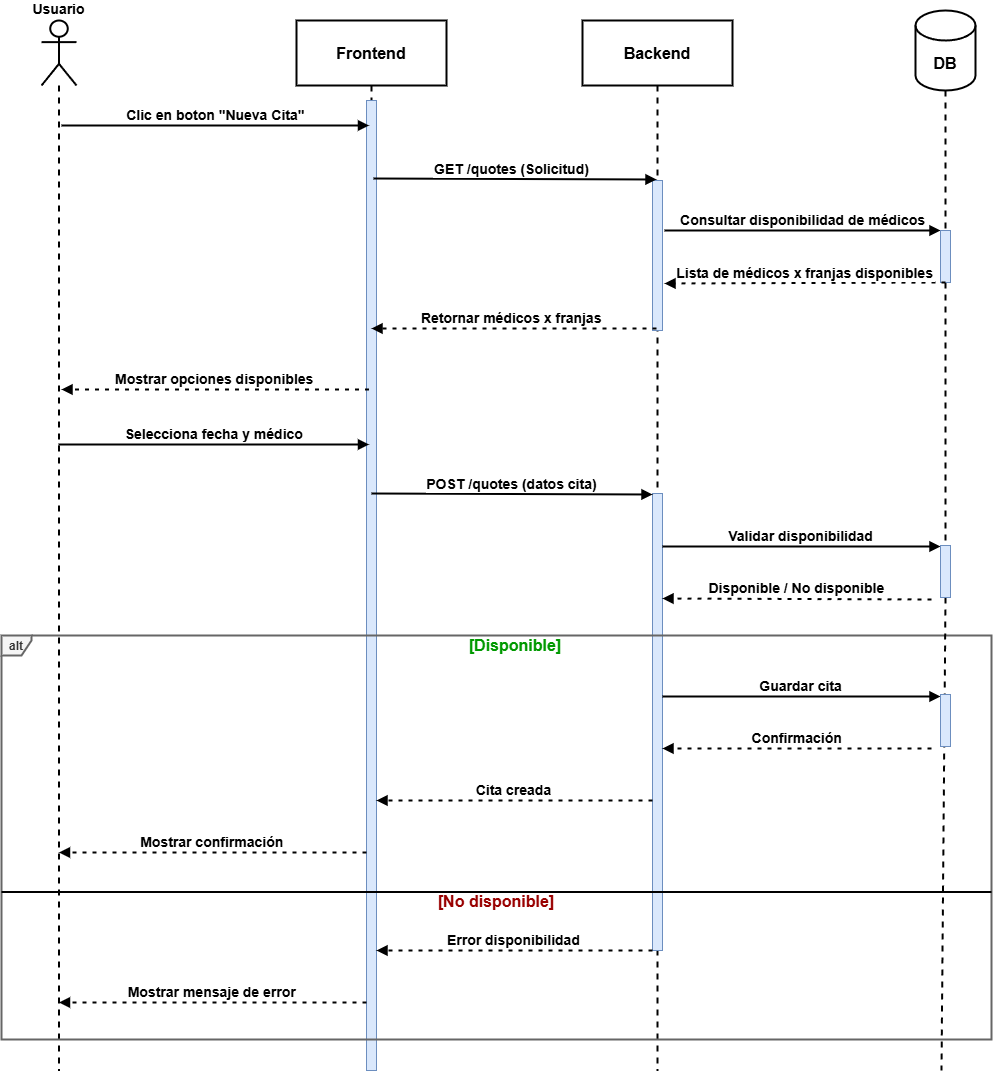
Informatica-EPS/SalUD keeps this draw.io diagram as arquitecturas/cliente-servidor/docs/diagramas/Secuencia_agendar_cita.png. Above is the earlier version. Source tidied: cells renumbered, new cells last; positions are measured from the earlier drawing's top-left corner, leaving out a move shared by most shapes. Its diagram source:
```xml
<mxGraphModel>
  <root>
    <mxCell id="0" />
    <mxCell id="1" parent="0" />
    <mxCell id="2" value="Usuario" style="shape=umlLifeline;perimeter=lifelinePerimeter;whiteSpace=wrap;outlineConnect=0;portConstraint=eastwest;newEdgeStyle={&quot;edgeStyle&quot;:&quot;elbowEdgeStyle&quot;,&quot;elbow&quot;:&quot;vertical&quot;,&quot;curved&quot;:0,&quot;rounded&quot;:0};participant=umlActor;verticalAlign=bottom;labelPosition=center;verticalLabelPosition=top;align=center;size=65;strokeWidth=2;fontSize=14;fontStyle=1;" parent="1" vertex="1">
      <mxGeometry x="40" y="10" width="35" height="1050" as="geometry" />
    </mxCell>
    <mxCell id="3" value="Frontend" style="shape=umlLifeline;perimeter=lifelinePerimeter;whiteSpace=wrap;newEdgeStyle={&quot;edgeStyle&quot;:&quot;elbowEdgeStyle&quot;,&quot;elbow&quot;:&quot;vertical&quot;,&quot;curved&quot;:0,&quot;rounded&quot;:0};size=65;strokeWidth=2;fontSize=16;fontStyle=1;" parent="1" vertex="1">
      <mxGeometry x="295" y="10" width="150" height="1050" as="geometry" />
    </mxCell>
    <mxCell id="4" style="perimeter=orthogonalPerimeter;targetShapes=umlLifeline;newEdgeStyle={&quot;edgeStyle&quot;:&quot;elbowEdgeStyle&quot;,&quot;elbow&quot;:&quot;vertical&quot;,&quot;curved&quot;:0,&quot;rounded&quot;:0};fillColor=#dae8fc;strokeColor=#6c8ebf;fontStyle=1;" parent="3" vertex="1">
      <mxGeometry x="70" y="80" width="10" height="970" as="geometry" />
    </mxCell>
    <mxCell id="5" value="Backend" style="shape=umlLifeline;perimeter=lifelinePerimeter;whiteSpace=wrap;outlineConnect=0;portConstraint=eastwest;newEdgeStyle={&quot;edgeStyle&quot;:&quot;elbowEdgeStyle&quot;,&quot;elbow&quot;:&quot;vertical&quot;,&quot;curved&quot;:0,&quot;rounded&quot;:0};size=65;strokeWidth=2;fontSize=16;fontStyle=1;" parent="1" vertex="1">
      <mxGeometry x="581" y="10" width="150" height="1050" as="geometry" />
    </mxCell>
    <mxCell id="6" style="perimeter=orthogonalPerimeter;targetShapes=umlLifeline;newEdgeStyle={&quot;edgeStyle&quot;:&quot;elbowEdgeStyle&quot;,&quot;elbow&quot;:&quot;vertical&quot;,&quot;curved&quot;:0,&quot;rounded&quot;:0};fillColor=#dae8fc;strokeColor=#6c8ebf;fontStyle=1;" parent="5" vertex="1">
      <mxGeometry x="70" y="160" width="10" height="150" as="geometry" />
    </mxCell>
    <mxCell id="7" style="perimeter=orthogonalPerimeter;targetShapes=umlLifeline;newEdgeStyle={&quot;edgeStyle&quot;:&quot;elbowEdgeStyle&quot;,&quot;elbow&quot;:&quot;vertical&quot;,&quot;curved&quot;:0,&quot;rounded&quot;:0};fillColor=#dae8fc;strokeColor=#6c8ebf;fontStyle=1;" parent="5" vertex="1">
      <mxGeometry x="70" y="473" width="10" height="457" as="geometry" />
    </mxCell>
    <mxCell id="8" value="alt" style="shape=umlFrame;strokeColor=#666666;height=20;width=30;strokeWidth=2;fillColor=#f5f5f5;fontColor=#333333;fontStyle=1;" parent="1" vertex="1">
      <mxGeometry y="625" width="990" height="404" as="geometry" />
    </mxCell>
    <mxCell id="9" value="[Disponible]" style="text;strokeColor=none;fillColor=none;align=center;verticalAlign=middle;whiteSpace=wrap;fontColor=#009900;fontStyle=1;fontSize=16;" parent="8" vertex="1">
      <mxGeometry x="38.4" width="951.6" height="20" as="geometry" />
    </mxCell>
    <mxCell id="10" value="[No disponible]" style="shape=line;whiteSpace=wrap;verticalAlign=top;labelPosition=center;verticalLabelPosition=middle;align=center;strokeColor=#000000;strokeWidth=2;fontSize=16;fontColor=#990000;fontStyle=1;" parent="8" vertex="1">
      <mxGeometry y="250" width="990" height="13" as="geometry" />
    </mxCell>
    <mxCell id="11" value="Selecciona fecha y médico" style="verticalAlign=bottom;edgeStyle=elbowEdgeStyle;elbow=vertical;curved=0;rounded=0;endArrow=block;strokeWidth=2;fontSize=14;fontStyle=1;" parent="1" edge="1" source="2">
      <mxGeometry relative="1" as="geometry">
        <mxPoint x="367.5" y="434" as="targetPoint" />
        <Array as="points">
          <mxPoint x="292.5" y="434" />
        </Array>
      </mxGeometry>
    </mxCell>
    <mxCell id="12" value="POST /quotes (datos cita)" style="verticalAlign=bottom;edgeStyle=elbowEdgeStyle;elbow=vertical;curved=0;rounded=0;endArrow=block;strokeWidth=2;fontSize=14;fontStyle=1;" parent="1" edge="1">
      <mxGeometry relative="1" as="geometry">
        <mxPoint x="370" y="483" as="sourcePoint" />
        <mxPoint x="651" y="484" as="targetPoint" />
        <Array as="points">
          <mxPoint x="497" y="484" />
        </Array>
      </mxGeometry>
    </mxCell>
    <mxCell id="13" value="Validar disponibilidad" style="verticalAlign=bottom;edgeStyle=elbowEdgeStyle;elbow=vertical;curved=0;rounded=0;endArrow=block;strokeWidth=2;fontSize=14;fontStyle=1;" parent="1" edge="1" target="24">
      <mxGeometry relative="1" as="geometry">
        <mxPoint x="661" y="536" as="sourcePoint" />
        <Array as="points">
          <mxPoint x="796" y="536" />
        </Array>
      </mxGeometry>
    </mxCell>
    <mxCell id="14" value="Disponible / No disponible" style="verticalAlign=bottom;edgeStyle=elbowEdgeStyle;elbow=vertical;curved=0;rounded=0;dashed=1;dashPattern=2 3;endArrow=block;strokeWidth=2;fontSize=14;fontStyle=1;" parent="1" edge="1">
      <mxGeometry relative="1" as="geometry">
        <mxPoint x="930" y="589" as="sourcePoint" />
        <mxPoint x="661" y="588" as="targetPoint" />
        <Array as="points">
          <mxPoint x="797" y="588" />
        </Array>
      </mxGeometry>
    </mxCell>
    <mxCell id="15" value="Guardar cita" style="verticalAlign=bottom;edgeStyle=elbowEdgeStyle;elbow=vertical;curved=0;rounded=0;endArrow=block;strokeWidth=2;fontSize=14;fontStyle=1;" parent="1" edge="1" target="25">
      <mxGeometry relative="1" as="geometry">
        <mxPoint x="661" y="686" as="sourcePoint" />
        <Array as="points">
          <mxPoint x="796" y="686" />
        </Array>
      </mxGeometry>
    </mxCell>
    <mxCell id="16" value="Confirmación" style="verticalAlign=bottom;edgeStyle=elbowEdgeStyle;elbow=vertical;curved=0;rounded=0;dashed=1;dashPattern=2 3;endArrow=block;strokeWidth=2;fontSize=14;fontStyle=1;" parent="1" edge="1">
      <mxGeometry relative="1" as="geometry">
        <mxPoint x="930" y="738" as="sourcePoint" />
        <mxPoint x="661" y="738" as="targetPoint" />
        <Array as="points">
          <mxPoint x="797" y="738" />
        </Array>
      </mxGeometry>
    </mxCell>
    <mxCell id="17" value="Cita creada" style="verticalAlign=bottom;edgeStyle=elbowEdgeStyle;elbow=vertical;curved=0;rounded=0;dashed=1;dashPattern=2 3;endArrow=block;strokeWidth=2;fontSize=14;fontStyle=1;" parent="1" edge="1">
      <mxGeometry relative="1" as="geometry">
        <mxPoint x="651" y="790" as="sourcePoint" />
        <mxPoint x="375" y="790" as="targetPoint" />
        <Array as="points">
          <mxPoint x="496" y="790" />
        </Array>
      </mxGeometry>
    </mxCell>
    <mxCell id="18" value="Mostrar confirmación" style="verticalAlign=bottom;edgeStyle=elbowEdgeStyle;elbow=vertical;curved=0;rounded=0;dashed=1;dashPattern=2 3;endArrow=block;strokeWidth=2;fontSize=14;fontStyle=1;" parent="1" edge="1">
      <mxGeometry relative="1" as="geometry">
        <mxPoint x="365" y="842" as="sourcePoint" />
        <mxPoint x="57.5" y="842" as="targetPoint" />
        <Array as="points">
          <mxPoint x="252" y="842" />
        </Array>
      </mxGeometry>
    </mxCell>
    <mxCell id="19" value="Error disponibilidad" style="verticalAlign=bottom;edgeStyle=elbowEdgeStyle;elbow=vertical;curved=0;rounded=0;dashed=1;dashPattern=2 3;endArrow=block;strokeWidth=2;fontSize=14;fontStyle=1;" parent="1" edge="1">
      <mxGeometry relative="1" as="geometry">
        <mxPoint x="651" y="940" as="sourcePoint" />
        <mxPoint x="375" y="940" as="targetPoint" />
        <Array as="points">
          <mxPoint x="496" y="940" />
        </Array>
      </mxGeometry>
    </mxCell>
    <mxCell id="20" value="Mostrar mensaje de error" style="verticalAlign=bottom;edgeStyle=elbowEdgeStyle;elbow=vertical;curved=0;rounded=0;dashed=1;dashPattern=2 3;endArrow=block;strokeWidth=2;fontSize=14;fontStyle=1;" parent="1" edge="1">
      <mxGeometry relative="1" as="geometry">
        <mxPoint x="365" y="992" as="sourcePoint" />
        <mxPoint x="57.5" y="992" as="targetPoint" />
        <Array as="points">
          <mxPoint x="252" y="992" />
        </Array>
      </mxGeometry>
    </mxCell>
    <mxCell id="21" style="rounded=0;jettySize=auto;html=1;exitX=0.5;exitY=1;exitDx=0;exitDy=0;exitPerimeter=0;dashed=1;endArrow=none;endFill=0;strokeWidth=2;fontStyle=1;" parent="1" edge="1" source="24">
      <mxGeometry relative="1" as="geometry">
        <mxPoint x="940" y="1060" as="targetPoint" />
      </mxGeometry>
    </mxCell>
    <mxCell id="22" value="DB" style="shape=cylinder3;whiteSpace=wrap;html=1;boundedLbl=1;backgroundOutline=1;size=15;strokeWidth=2;fontSize=16;fontStyle=1;" parent="1" vertex="1">
      <mxGeometry x="914" width="60" height="80" as="geometry" />
    </mxCell>
    <mxCell id="23" style="rounded=0;jettySize=auto;html=1;exitX=0.5;exitY=1;exitDx=0;exitDy=0;exitPerimeter=0;dashed=1;endArrow=none;endFill=0;strokeWidth=2;fontStyle=1;" parent="1" edge="1" source="32" target="24">
      <mxGeometry relative="1" as="geometry" />
    </mxCell>
    <mxCell id="24" style="points=[];perimeter=orthogonalPerimeter;outlineConnect=0;targetShapes=umlLifeline;portConstraint=eastwest;newEdgeStyle={&quot;edgeStyle&quot;:&quot;elbowEdgeStyle&quot;,&quot;elbow&quot;:&quot;vertical&quot;,&quot;curved&quot;:0,&quot;rounded&quot;:0};fillColor=#dae8fc;strokeColor=#6c8ebf;fontStyle=1;" parent="1" vertex="1">
      <mxGeometry x="939" y="535" width="10" height="52" as="geometry" />
    </mxCell>
    <mxCell id="25" style="points=[];perimeter=orthogonalPerimeter;outlineConnect=0;targetShapes=umlLifeline;portConstraint=eastwest;newEdgeStyle={&quot;edgeStyle&quot;:&quot;elbowEdgeStyle&quot;,&quot;elbow&quot;:&quot;vertical&quot;,&quot;curved&quot;:0,&quot;rounded&quot;:0};fillColor=#dae8fc;strokeColor=#6c8ebf;fontStyle=1;" parent="1" vertex="1">
      <mxGeometry x="939" y="684" width="10" height="52" as="geometry" />
    </mxCell>
    <mxCell id="26" value="Clic en boton &quot;Nueva Cita&quot;" style="verticalAlign=bottom;edgeStyle=elbowEdgeStyle;elbow=vertical;curved=0;rounded=0;endArrow=block;strokeWidth=2;fontSize=14;fontStyle=1;" parent="1" edge="1">
      <mxGeometry relative="1" as="geometry">
        <mxPoint x="60" y="115" as="sourcePoint" />
        <mxPoint x="367.5" y="115" as="targetPoint" />
        <Array as="points">
          <mxPoint x="253.5" y="115" />
        </Array>
      </mxGeometry>
    </mxCell>
    <mxCell id="27" value="GET /quotes (Solicitud) " style="verticalAlign=bottom;edgeStyle=elbowEdgeStyle;elbow=vertical;curved=0;rounded=0;endArrow=block;strokeWidth=2;fontSize=14;fontStyle=1;" parent="1" edge="1" target="5">
      <mxGeometry relative="1" as="geometry">
        <mxPoint x="372" y="168" as="sourcePoint" />
        <Array as="points">
          <mxPoint x="499" y="169" />
        </Array>
      </mxGeometry>
    </mxCell>
    <mxCell id="28" value="Mostrar opciones disponibles" style="verticalAlign=bottom;edgeStyle=elbowEdgeStyle;elbow=vertical;curved=0;rounded=0;dashed=1;dashPattern=2 3;endArrow=block;strokeWidth=2;fontSize=14;fontStyle=1;" parent="1" edge="1">
      <mxGeometry relative="1" as="geometry">
        <mxPoint x="367.5" y="379" as="sourcePoint" />
        <mxPoint x="60" y="379" as="targetPoint" />
        <Array as="points">
          <mxPoint x="254.5" y="379" />
        </Array>
      </mxGeometry>
    </mxCell>
    <mxCell id="29" value="Retornar médicos x franjas " style="verticalAlign=bottom;edgeStyle=elbowEdgeStyle;elbow=vertical;curved=0;rounded=0;dashed=1;dashPattern=2 3;endArrow=block;strokeWidth=2;fontSize=14;fontStyle=1;" parent="1" edge="1">
      <mxGeometry relative="1" as="geometry">
        <mxPoint x="655" y="318" as="sourcePoint" />
        <mxPoint x="370" y="318" as="targetPoint" />
        <Array as="points">
          <mxPoint x="491" y="318" />
        </Array>
      </mxGeometry>
    </mxCell>
    <mxCell id="30" value="Consultar disponibilidad de médicos" style="verticalAlign=bottom;edgeStyle=elbowEdgeStyle;elbow=vertical;curved=0;rounded=0;endArrow=block;strokeWidth=2;fontSize=14;fontStyle=1;" parent="1" edge="1" target="32">
      <mxGeometry relative="1" as="geometry">
        <mxPoint x="663" y="220" as="sourcePoint" />
        <Array as="points">
          <mxPoint x="798" y="220" />
        </Array>
      </mxGeometry>
    </mxCell>
    <mxCell id="31" style="rounded=0;jettySize=auto;html=1;exitX=0.5;exitY=1;exitDx=0;exitDy=0;exitPerimeter=0;dashed=1;endArrow=none;endFill=0;strokeWidth=2;fontStyle=1;" parent="1" edge="1" source="22" target="32">
      <mxGeometry relative="1" as="geometry" />
    </mxCell>
    <mxCell id="32" style="points=[];perimeter=orthogonalPerimeter;outlineConnect=0;targetShapes=umlLifeline;portConstraint=eastwest;newEdgeStyle={&quot;edgeStyle&quot;:&quot;elbowEdgeStyle&quot;,&quot;elbow&quot;:&quot;vertical&quot;,&quot;curved&quot;:0,&quot;rounded&quot;:0};fillColor=#dae8fc;strokeColor=#6c8ebf;fontStyle=1;" parent="1" vertex="1">
      <mxGeometry x="939" y="220" width="10" height="52" as="geometry" />
    </mxCell>
    <mxCell id="33" value="Lista de médicos x franjas disponibles" style="verticalAlign=bottom;edgeStyle=elbowEdgeStyle;elbow=vertical;curved=0;rounded=0;dashed=1;dashPattern=2 3;endArrow=block;strokeWidth=2;fontSize=14;fontStyle=1;" parent="1" edge="1" source="32">
      <mxGeometry relative="1" as="geometry">
        <mxPoint x="663" y="273" as="targetPoint" />
        <Array as="points">
          <mxPoint x="799" y="273" />
        </Array>
      </mxGeometry>
    </mxCell>
  </root>
</mxGraphModel>
```
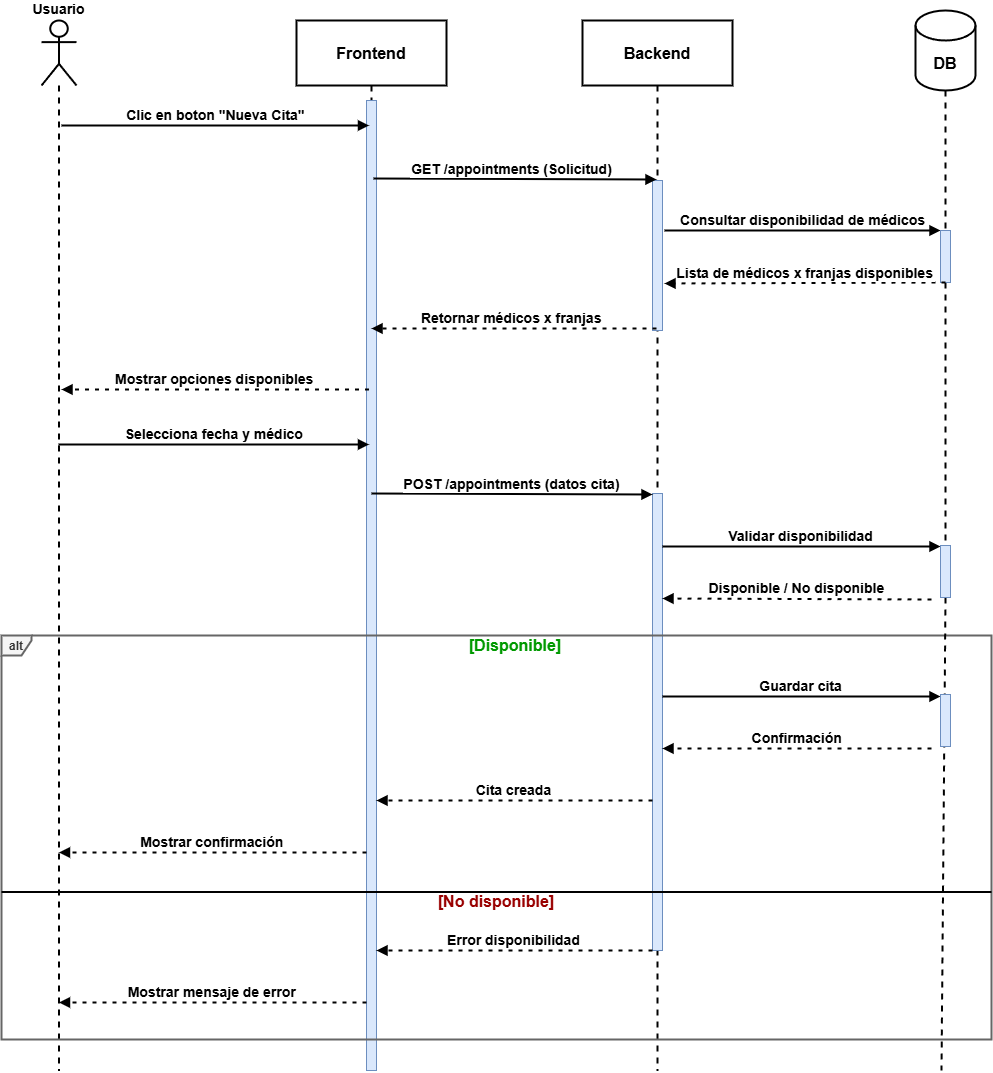
Above is the later version.

Commit message:
#21 Diagrama de secuencia agendar citas

Change to the diagram source:
```diff
@@ -37,7 +37,7 @@
         </Array>
       </mxGeometry>
     </mxCell>
-    <mxCell id="12" value="POST /quotes (datos cita)" style="verticalAlign=bottom;edgeStyle=elbowEdgeStyle;elbow=vertical;curved=0;rounded=0;endArrow=block;strokeWidth=2;fontSize=14;fontStyle=1;" parent="1" edge="1">
+    <mxCell id="12" value="POST /appointments (datos cita)" style="verticalAlign=bottom;edgeStyle=elbowEdgeStyle;elbow=vertical;curved=0;rounded=0;endArrow=block;strokeWidth=2;fontSize=14;fontStyle=1;" parent="1" edge="1">
       <mxGeometry relative="1" as="geometry">
         <mxPoint x="370" y="483" as="sourcePoint" />
         <mxPoint x="651" y="484" as="targetPoint" />
@@ -142,7 +142,7 @@
         </Array>
       </mxGeometry>
     </mxCell>
-    <mxCell id="27" value="GET /quotes (Solicitud) " style="verticalAlign=bottom;edgeStyle=elbowEdgeStyle;elbow=vertical;curved=0;rounded=0;endArrow=block;strokeWidth=2;fontSize=14;fontStyle=1;" parent="1" edge="1" target="5">
+    <mxCell id="27" value="GET /appointments (Solicitud) " style="verticalAlign=bottom;edgeStyle=elbowEdgeStyle;elbow=vertical;curved=0;rounded=0;endArrow=block;strokeWidth=2;fontSize=14;fontStyle=1;" parent="1" edge="1" target="5">
       <mxGeometry relative="1" as="geometry">
         <mxPoint x="372" y="168" as="sourcePoint" />
         <Array as="points">
```
